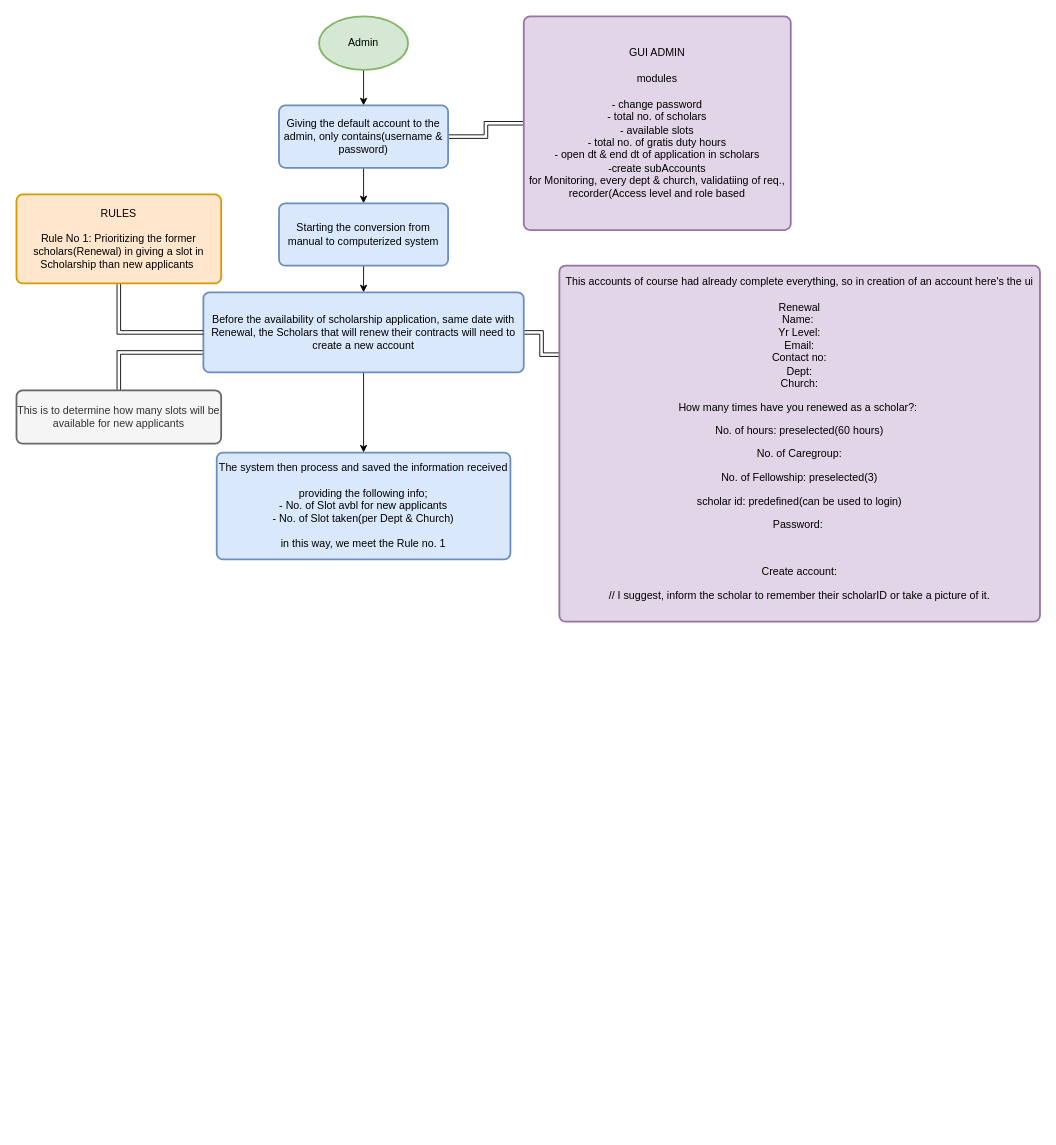
The draw.io diagram Untitled Diagram.drawio in Bagay-0037/visuals, before the edit. Source tidied: cells renumbered, new cells numbered last; positions are measured from the earlier drawing's top-left corner, leaving out a move shared by most shapes. Both pictures are drawn from the tidied source at 89%, with x=0, y=0 at pixel (16, 16).
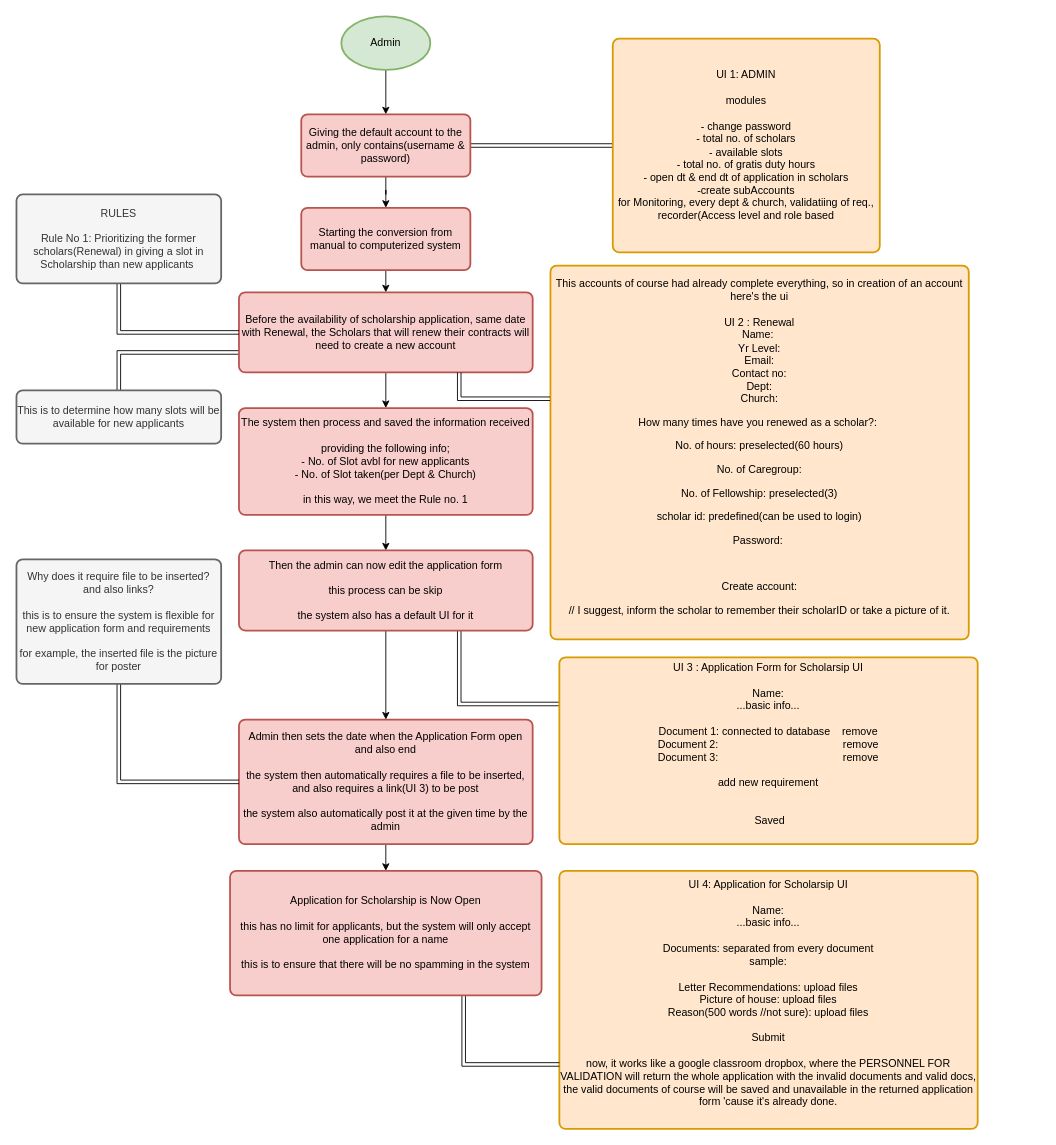
The same diagram, later.

What changed in the source:
```diff
@@
     <mxCell id="3" value="Admin" style="strokeWidth=2;html=1;shape=mxgraph.flowchart.start_1;whiteSpace=wrap;fillColor=#d5e8d4;strokeColor=#82b366;" parent="1" vertex="1">
-      <mxGeometry x="340" width="100" height="60" as="geometry" />
+      <mxGeometry x="365" width="100" height="60" as="geometry" />
     </mxCell>
@@
-    <mxCell id="6" value="Giving the default account to the admin, only contains(username &amp;amp; password)" style="rounded=1;whiteSpace=wrap;html=1;absoluteArcSize=1;arcSize=14;strokeWidth=2;fillColor=#dae8fc;strokeColor=#6c8ebf;" parent="1" vertex="1">
-      <mxGeometry x="295" y="100" width="190" height="70" as="geometry" />
+    <mxCell id="6" value="Giving the default account to the admin, only contains(username &amp;amp; password)" style="rounded=1;whiteSpace=wrap;html=1;absoluteArcSize=1;arcSize=14;strokeWidth=2;fillColor=#f8cecc;strokeColor=#b85450;" parent="1" vertex="1">
+      <mxGeometry x="320" y="110" width="190" height="70" as="geometry" />
     </mxCell>
-    <mxCell id="7" value="GUI ADMIN&lt;br&gt;&lt;div&gt;&lt;br&gt;&lt;/div&gt;&lt;div&gt;modules&lt;/div&gt;&lt;div&gt;&lt;br&gt;&lt;/div&gt;&lt;div&gt;- change password&lt;/div&gt;&lt;div&gt;- total no. of scholars&lt;/div&gt;&lt;div&gt;- available slots&lt;/div&gt;&lt;div&gt;- total no. of gratis duty hours&lt;/div&gt;&lt;div&gt;- open dt &amp;amp; end dt of application in scholars&lt;/div&gt;&lt;div&gt;-create subAccounts&lt;/div&gt;&lt;div&gt;for Monitoring, every dept &amp;amp; church, validatiing of req., recorder(Access level and role based&lt;/div&gt;" style="rounded=1;whiteSpace=wrap;html=1;absoluteArcSize=1;arcSize=14;strokeWidth=2;fillColor=#e1d5e7;strokeColor=#9673a6;" parent="1" vertex="1">
-      <mxGeometry x="570" width="300" height="240" as="geometry" />
+    <mxCell id="7" value="UI 1: ADMIN&lt;br&gt;&lt;div&gt;&lt;br&gt;&lt;/div&gt;&lt;div&gt;modules&lt;/div&gt;&lt;div&gt;&lt;br&gt;&lt;/div&gt;&lt;div&gt;- change password&lt;/div&gt;&lt;div&gt;- total no. of scholars&lt;/div&gt;&lt;div&gt;- available slots&lt;/div&gt;&lt;div&gt;- total no. of gratis duty hours&lt;/div&gt;&lt;div&gt;- open dt &amp;amp; end dt of application in scholars&lt;/div&gt;&lt;div&gt;-create subAccounts&lt;/div&gt;&lt;div&gt;for Monitoring, every dept &amp;amp; church, validatiing of req., recorder(Access level and role based&lt;/div&gt;" style="rounded=1;whiteSpace=wrap;html=1;absoluteArcSize=1;arcSize=14;strokeWidth=2;fillColor=#ffe6cc;strokeColor=#d79b00;" parent="1" vertex="1">
+      <mxGeometry x="670" y="25" width="300" height="240" as="geometry" />
     </mxCell>
@@
-    <mxCell id="9" value="Starting the conversion from manual to computerized system" style="rounded=1;whiteSpace=wrap;html=1;absoluteArcSize=1;arcSize=14;strokeWidth=2;fillColor=#dae8fc;strokeColor=#6c8ebf;" parent="1" vertex="1">
-      <mxGeometry x="295" y="210" width="190" height="70" as="geometry" />
+    <mxCell id="9" value="Starting the conversion from manual to computerized system" style="rounded=1;whiteSpace=wrap;html=1;absoluteArcSize=1;arcSize=14;strokeWidth=2;fillColor=#f8cecc;strokeColor=#b85450;" parent="1" vertex="1">
+      <mxGeometry x="320" y="215" width="190" height="70" as="geometry" />
     </mxCell>
@@
-    <mxCell id="11" style="edgeStyle=orthogonalEdgeStyle;rounded=0;jettySize=auto;html=1;exitX=1;exitY=0.5;exitDx=0;exitDy=0;entryX=0;entryY=0.25;entryDx=0;entryDy=0;shape=link;" parent="1" edge="1" source="13" target="17">
-      <mxGeometry relative="1" as="geometry" />
-    </mxCell>
@@
-    <mxCell id="13" value="Before the availability of scholarship application, same date with Renewal, the Scholars that will renew their contracts will need to create a new account" style="rounded=1;whiteSpace=wrap;html=1;absoluteArcSize=1;arcSize=14;strokeWidth=2;fillColor=#dae8fc;strokeColor=#6c8ebf;" parent="1" vertex="1">
-      <mxGeometry x="210" y="310" width="360" height="90" as="geometry" />
+    <mxCell id="13" value="Before the availability of scholarship application, same date with Renewal, the Scholars that will renew their contracts will need to create a new account" style="rounded=1;whiteSpace=wrap;html=1;absoluteArcSize=1;arcSize=14;strokeWidth=2;fillColor=#f8cecc;strokeColor=#b85450;" parent="1" vertex="1">
+      <mxGeometry x="250" y="310" width="330" height="90" as="geometry" />
     </mxCell>
@@
-    <mxCell id="15" value="RULES&lt;br&gt;&lt;br&gt;&lt;div&gt;Rule No 1: Prioritizing the former scholars(Renewal) in giving a slot in Scholarship than new applicants&amp;nbsp;&lt;/div&gt;" style="rounded=1;whiteSpace=wrap;html=1;absoluteArcSize=1;arcSize=14;strokeWidth=2;fillColor=#ffe6cc;strokeColor=#d79b00;" parent="1" vertex="1">
+    <mxCell id="15" value="RULES&lt;br&gt;&lt;br&gt;&lt;div&gt;Rule No 1: Prioritizing the former scholars(Renewal) in giving a slot in Scholarship than new applicants&amp;nbsp;&lt;/div&gt;" style="rounded=1;whiteSpace=wrap;html=1;absoluteArcSize=1;arcSize=14;strokeWidth=2;fillColor=#f5f5f5;strokeColor=#666666;fontColor=#333333;" parent="1" vertex="1">
       <mxGeometry y="200" width="230" height="100" as="geometry" />
     </mxCell>
@@
-    <mxCell id="17" value="This accounts of course had already complete everything, so in creation of an account here's the ui&lt;div&gt;&lt;br&gt;&lt;/div&gt;&lt;div&gt;Renewal&lt;br&gt;Name:&amp;nbsp;&lt;/div&gt;&lt;div&gt;Yr Level:&lt;/div&gt;&lt;div&gt;Email:&lt;/div&gt;&lt;div&gt;Contact no:&lt;/div&gt;&lt;div&gt;Dept:&lt;/div&gt;&lt;div&gt;Church:&lt;/div&gt;&lt;div&gt;&lt;p&gt;How many times have you renewed as a scholar?:&amp;nbsp;&lt;/p&gt;&lt;p&gt;No. of hours: preselected(60 hours)&lt;/p&gt;&lt;p&gt;No. of Caregroup:&lt;/p&gt;&lt;p&gt;No. of Fellowship: preselected(3)&lt;/p&gt;&lt;p&gt;scholar id: predefined(can be used to login)&lt;/p&gt;&lt;p&gt;Password:&amp;nbsp;&lt;/p&gt;&lt;p&gt;&lt;br&gt;&lt;/p&gt;&lt;p&gt;Create account:&lt;/p&gt;&lt;p&gt;// I suggest, inform the scholar to remember their scholarID or take a picture of it.&lt;/p&gt;&lt;/div&gt;" style="rounded=1;whiteSpace=wrap;html=1;absoluteArcSize=1;arcSize=14;strokeWidth=2;fillColor=#e1d5e7;strokeColor=#9673a6;" parent="1" vertex="1">
-      <mxGeometry x="610" y="280" width="540" height="400" as="geometry" />
+    <mxCell id="17" value="This accounts of course had already complete everything, so in creation of an account here's the ui&lt;div&gt;&lt;br&gt;&lt;/div&gt;&lt;div&gt;UI 2 : Renewal&lt;br&gt;Name:&amp;nbsp;&lt;/div&gt;&lt;div&gt;Yr Level:&lt;/div&gt;&lt;div&gt;Email:&lt;/div&gt;&lt;div&gt;Contact no:&lt;/div&gt;&lt;div&gt;Dept:&lt;/div&gt;&lt;div&gt;Church:&lt;/div&gt;&lt;div&gt;&lt;p&gt;How many times have you renewed as a scholar?:&amp;nbsp;&lt;/p&gt;&lt;p&gt;No. of hours: preselected(60 hours)&lt;/p&gt;&lt;p&gt;No. of Caregroup:&lt;/p&gt;&lt;p&gt;No. of Fellowship: preselected(3)&lt;/p&gt;&lt;p&gt;scholar id: predefined(can be used to login)&lt;/p&gt;&lt;p&gt;Password:&amp;nbsp;&lt;/p&gt;&lt;p&gt;&lt;br&gt;&lt;/p&gt;&lt;p&gt;Create account:&lt;/p&gt;&lt;p&gt;// I suggest, inform the scholar to remember their scholarID or take a picture of it.&lt;/p&gt;&lt;/div&gt;" style="rounded=1;whiteSpace=wrap;html=1;absoluteArcSize=1;arcSize=14;strokeWidth=2;fillColor=#ffe6cc;strokeColor=#d79b00;" parent="1" vertex="1">
+      <mxGeometry x="600" y="280" width="470" height="420" as="geometry" />
     </mxCell>
+    <mxCell id="19" style="edgeStyle=orthogonalEdgeStyle;rounded=0;jettySize=auto;html=1;exitX=0.5;exitY=1;exitDx=0;exitDy=0;entryX=0.5;entryY=0;entryDx=0;entryDy=0;" parent="1" edge="1" source="18" target="26">
+      <mxGeometry relative="1" as="geometry" />
+    </mxCell>
-    <mxCell id="18" value="The system then process and saved the information received&lt;br&gt;&lt;br&gt;providing the following info;&lt;div&gt;&lt;span style=&quot;text-align: start; background-color: transparent; color: light-dark(rgb(0, 0, 0), rgb(255, 255, 255));&quot;&gt;- No. of Slot avbl for new applicants&lt;/span&gt;&lt;/div&gt;&lt;div&gt;&lt;span style=&quot;text-align: start; background-color: transparent; color: light-dark(rgb(0, 0, 0), rgb(255, 255, 255));&quot;&gt;- No. of Slot taken(per Dept &amp;amp; Church)&lt;/span&gt;&lt;/div&gt;&lt;div&gt;&lt;span style=&quot;text-align: start; background-color: transparent; color: light-dark(rgb(0, 0, 0), rgb(255, 255, 255));&quot;&gt;&lt;br&gt;&lt;/span&gt;&lt;/div&gt;&lt;div&gt;&lt;span style=&quot;text-align: start; background-color: transparent; color: light-dark(rgb(0, 0, 0), rgb(255, 255, 255));&quot;&gt;in this way, we meet the Rule no. 1&lt;/span&gt;&lt;/div&gt;" style="rounded=1;whiteSpace=wrap;html=1;absoluteArcSize=1;arcSize=14;strokeWidth=2;fillColor=#dae8fc;strokeColor=#6c8ebf;" parent="1" vertex="1">
-      <mxGeometry x="225" y="490" width="330" height="120" as="geometry" />
+    <mxCell id="18" value="The system then process and saved the information received&lt;br&gt;&lt;br&gt;providing the following info;&lt;div&gt;&lt;span style=&quot;text-align: start; background-color: transparent; color: light-dark(rgb(0, 0, 0), rgb(255, 255, 255));&quot;&gt;- No. of Slot avbl for new applicants&lt;/span&gt;&lt;/div&gt;&lt;div&gt;&lt;span style=&quot;text-align: start; background-color: transparent; color: light-dark(rgb(0, 0, 0), rgb(255, 255, 255));&quot;&gt;- No. of Slot taken(per Dept &amp;amp; Church)&lt;/span&gt;&lt;/div&gt;&lt;div&gt;&lt;span style=&quot;text-align: start; background-color: transparent; color: light-dark(rgb(0, 0, 0), rgb(255, 255, 255));&quot;&gt;&lt;br&gt;&lt;/span&gt;&lt;/div&gt;&lt;div&gt;&lt;span style=&quot;text-align: start; background-color: transparent; color: light-dark(rgb(0, 0, 0), rgb(255, 255, 255));&quot;&gt;in this way, we meet the Rule no. 1&lt;/span&gt;&lt;/div&gt;" style="rounded=1;whiteSpace=wrap;html=1;absoluteArcSize=1;arcSize=14;strokeWidth=2;fillColor=#f8cecc;strokeColor=#b85450;" parent="1" vertex="1">
+      <mxGeometry x="250" y="440" width="330" height="120" as="geometry" />
     </mxCell>
+    <mxCell id="20" style="edgeStyle=orthogonalEdgeStyle;rounded=0;jettySize=auto;html=1;exitX=0.5;exitY=1;exitDx=0;exitDy=0;entryX=0.5;entryY=0;entryDx=0;entryDy=0;" parent="1" edge="1" source="21" target="30">
+      <mxGeometry relative="1" as="geometry" />
+    </mxCell>
+    <mxCell id="21" value="Admin then sets the date when the Application Form open and also end&lt;div&gt;&lt;br&gt;&lt;/div&gt;&lt;div&gt;the system then automatically requires a file to be inserted, and also requires a link(UI 3) to be post&lt;/div&gt;&lt;div&gt;&lt;br&gt;&lt;/div&gt;&lt;div&gt;the system also automatically post it at the given time by the admin&lt;/div&gt;" style="rounded=1;whiteSpace=wrap;html=1;absoluteArcSize=1;arcSize=14;strokeWidth=2;fillColor=#f8cecc;strokeColor=#b85450;" parent="1" vertex="1">
+      <mxGeometry x="250" y="790" width="330" height="140" as="geometry" />
+    </mxCell>
+    <mxCell id="22" style="edgeStyle=orthogonalEdgeStyle;rounded=0;jettySize=auto;html=1;exitX=0.5;exitY=1;exitDx=0;exitDy=0;entryX=0;entryY=0.5;entryDx=0;entryDy=0;shape=link;" parent="1" edge="1" source="23" target="21">
+      <mxGeometry relative="1" as="geometry" />
+    </mxCell>
+    <mxCell id="23" value="Why does it require file to be inserted? and also links?&lt;br&gt;&lt;br&gt;this is to ensure the system is flexible for new application form and requirements&lt;div&gt;&lt;br&gt;&lt;/div&gt;&lt;div&gt;for example, the inserted file is the picture for poster&lt;/div&gt;" style="rounded=1;whiteSpace=wrap;html=1;absoluteArcSize=1;arcSize=14;strokeWidth=2;fillColor=#f5f5f5;strokeColor=#666666;fontColor=#333333;" parent="1" vertex="1">
+      <mxGeometry y="610" width="230" height="140" as="geometry" />
+    </mxCell>
+    <mxCell id="24" style="edgeStyle=orthogonalEdgeStyle;rounded=0;jettySize=auto;html=1;exitX=0.5;exitY=1;exitDx=0;exitDy=0;entryX=0.5;entryY=0;entryDx=0;entryDy=0;" parent="1" edge="1" source="26" target="21">
+      <mxGeometry relative="1" as="geometry" />
+    </mxCell>
+    <mxCell id="25" style="edgeStyle=orthogonalEdgeStyle;rounded=0;jettySize=auto;html=1;exitX=0.75;exitY=1;exitDx=0;exitDy=0;entryX=0;entryY=0.25;entryDx=0;entryDy=0;shape=link;" parent="1" edge="1" source="26" target="28">
+      <mxGeometry relative="1" as="geometry" />
+    </mxCell>
+    <mxCell id="26" value="Then the admin can now edit the application form&lt;div&gt;&lt;div&gt;&lt;br&gt;&lt;/div&gt;&lt;div&gt;this process can be skip&lt;/div&gt;&lt;div&gt;&lt;br&gt;&lt;/div&gt;&lt;div&gt;the system also has a default UI for it&lt;/div&gt;&lt;/div&gt;" style="rounded=1;whiteSpace=wrap;html=1;absoluteArcSize=1;arcSize=14;strokeWidth=2;fillColor=#f8cecc;strokeColor=#b85450;" parent="1" vertex="1">
+      <mxGeometry x="250" y="600" width="330" height="90" as="geometry" />
+    </mxCell>
+    <mxCell id="27" value="UI 4: Application for Scholarsip UI&lt;div&gt;&lt;br&gt;&lt;/div&gt;&lt;div&gt;Name:&lt;/div&gt;&lt;div&gt;...basic info...&lt;/div&gt;&lt;div&gt;&lt;br&gt;&lt;/div&gt;&lt;div&gt;Documents: separated from every document&lt;/div&gt;&lt;div&gt;sample:&lt;/div&gt;&lt;div&gt;&lt;br&gt;&lt;/div&gt;&lt;div&gt;Letter Recommendations: upload files&lt;/div&gt;&lt;div&gt;Picture of house: upload files&lt;/div&gt;&lt;div&gt;Reason(500 words //not sure): upload files&lt;/div&gt;&lt;div&gt;&lt;br&gt;&lt;/div&gt;&lt;div&gt;Submit&lt;/div&gt;&lt;div&gt;&lt;br&gt;&lt;/div&gt;&lt;div&gt;now, it works like a google classroom dropbox, where the PERSONNEL FOR VALIDATION will return the whole application with the invalid documents and valid docs, the valid documents of course will be saved and unavailable in the returned application form 'cause it's already done.&lt;/div&gt;&lt;div&gt;&lt;br&gt;&lt;/div&gt;" style="rounded=1;whiteSpace=wrap;html=1;absoluteArcSize=1;arcSize=14;strokeWidth=2;fillColor=#ffe6cc;strokeColor=#d79b00;align=center;" parent="1" vertex="1">
+      <mxGeometry x="610" y="960" width="470" height="290" as="geometry" />
+    </mxCell>
+    <mxCell id="28" value="UI 3 : Application Form for Scholarsip UI&lt;div&gt;&lt;br&gt;&lt;/div&gt;&lt;div&gt;Name:&lt;/div&gt;&lt;div&gt;...basic info...&lt;/div&gt;&lt;div&gt;&lt;br&gt;&lt;/div&gt;&lt;div&gt;Document 1: connected to database&amp;nbsp; &amp;nbsp; remove&lt;/div&gt;&lt;div&gt;Document 2:&amp;nbsp; &amp;nbsp; &amp;nbsp; &amp;nbsp; &amp;nbsp; &amp;nbsp; &amp;nbsp; &amp;nbsp; &amp;nbsp; &amp;nbsp; &amp;nbsp; &amp;nbsp; &amp;nbsp; &amp;nbsp; &amp;nbsp; &amp;nbsp; &amp;nbsp; &amp;nbsp; &amp;nbsp; &amp;nbsp; &amp;nbsp; remove&lt;/div&gt;&lt;div&gt;Document 3:&amp;nbsp; &amp;nbsp; &amp;nbsp; &amp;nbsp; &amp;nbsp; &amp;nbsp; &amp;nbsp; &amp;nbsp; &amp;nbsp; &amp;nbsp; &amp;nbsp; &amp;nbsp; &amp;nbsp; &amp;nbsp; &amp;nbsp; &amp;nbsp; &amp;nbsp; &amp;nbsp; &amp;nbsp; &amp;nbsp; &amp;nbsp; remove&lt;/div&gt;&lt;div&gt;&lt;br&gt;&lt;/div&gt;&lt;div&gt;add new requirement&lt;/div&gt;&lt;div&gt;&lt;br&gt;&lt;/div&gt;&lt;div&gt;&lt;br&gt;&lt;/div&gt;&lt;div&gt;&lt;span style=&quot;background-color: transparent; color: light-dark(rgb(0, 0, 0), rgb(255, 255, 255));&quot;&gt;&amp;nbsp;Saved&lt;/span&gt;&lt;/div&gt;&lt;div&gt;&lt;br&gt;&lt;/div&gt;" style="rounded=1;whiteSpace=wrap;html=1;absoluteArcSize=1;arcSize=14;strokeWidth=2;fillColor=#ffe6cc;strokeColor=#d79b00;align=center;" parent="1" vertex="1">
+      <mxGeometry x="610" y="720" width="470" height="210" as="geometry" />
+    </mxCell>
+    <mxCell id="11" style="edgeStyle=orthogonalEdgeStyle;rounded=0;jettySize=auto;html=1;exitX=0.75;exitY=1;exitDx=0;exitDy=0;entryX=-0.001;entryY=0.356;entryDx=0;entryDy=0;entryPerimeter=0;shape=link;" parent="1" edge="1" source="13" target="17">
+      <mxGeometry relative="1" as="geometry" />
+    </mxCell>
+    <mxCell id="29" style="edgeStyle=orthogonalEdgeStyle;rounded=0;jettySize=auto;html=1;exitX=0.75;exitY=1;exitDx=0;exitDy=0;entryX=0;entryY=0.75;entryDx=0;entryDy=0;shape=link;" parent="1" edge="1" source="30" target="27">
+      <mxGeometry relative="1" as="geometry" />
+    </mxCell>
+    <mxCell id="30" value="Application for Scholarship is Now Open&lt;div&gt;&lt;br&gt;&lt;/div&gt;&lt;div&gt;this has no limit for applicants, but the system will only accept one application for a name&lt;/div&gt;&lt;div&gt;&lt;br&gt;&lt;/div&gt;&lt;div&gt;this is to ensure that there will be no spamming in the system&lt;/div&gt;" style="rounded=1;whiteSpace=wrap;html=1;absoluteArcSize=1;arcSize=14;strokeWidth=2;fillColor=#f8cecc;strokeColor=#b85450;" parent="1" vertex="1">
+      <mxGeometry x="240" y="960" width="350" height="140" as="geometry" />
+    </mxCell>
```
